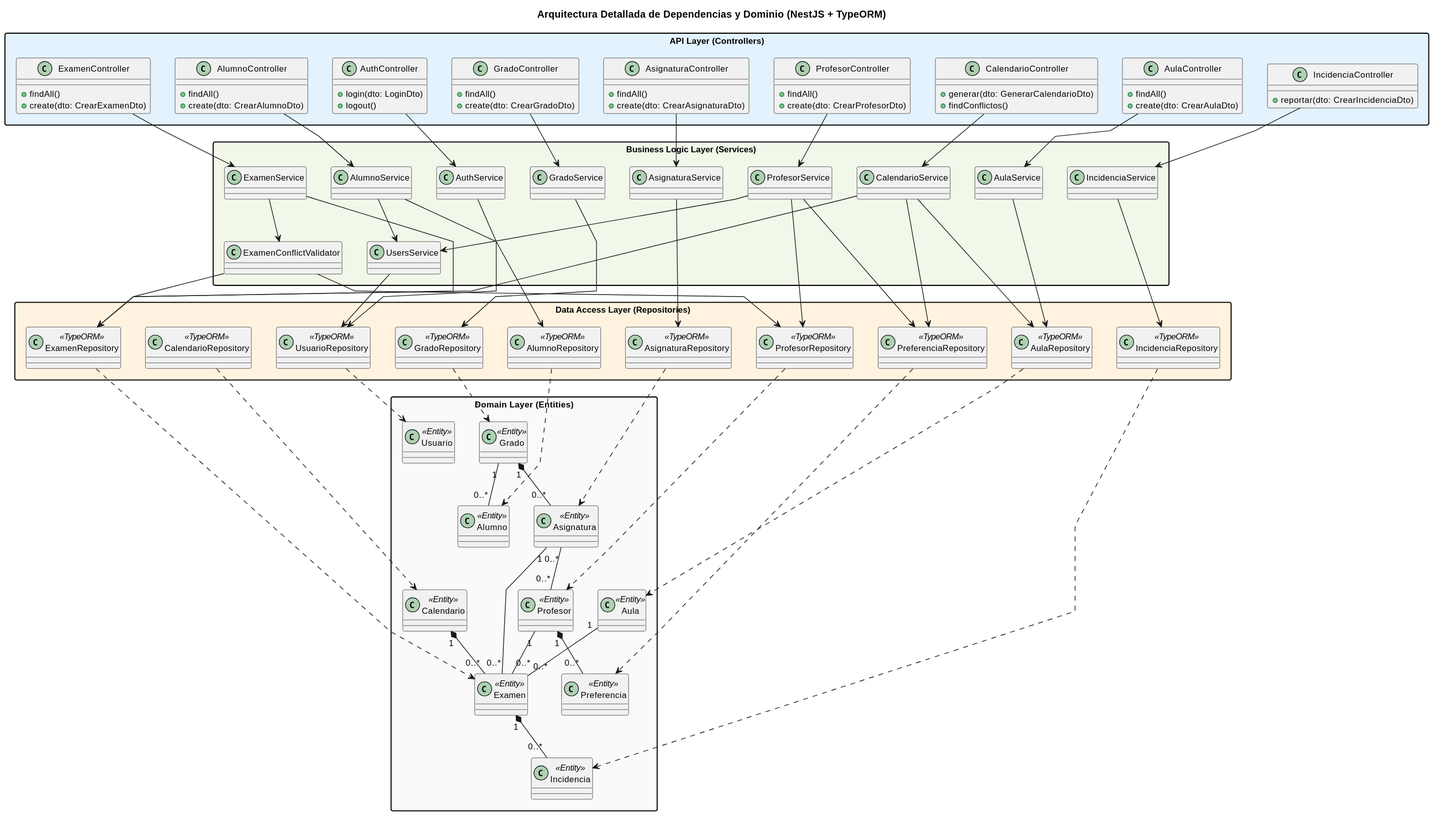
Above: images/02-diseño/clases-diseño.svg in carlos-alvarado-25/25-26-idsw2-sdVC (PlantUML), before the change.
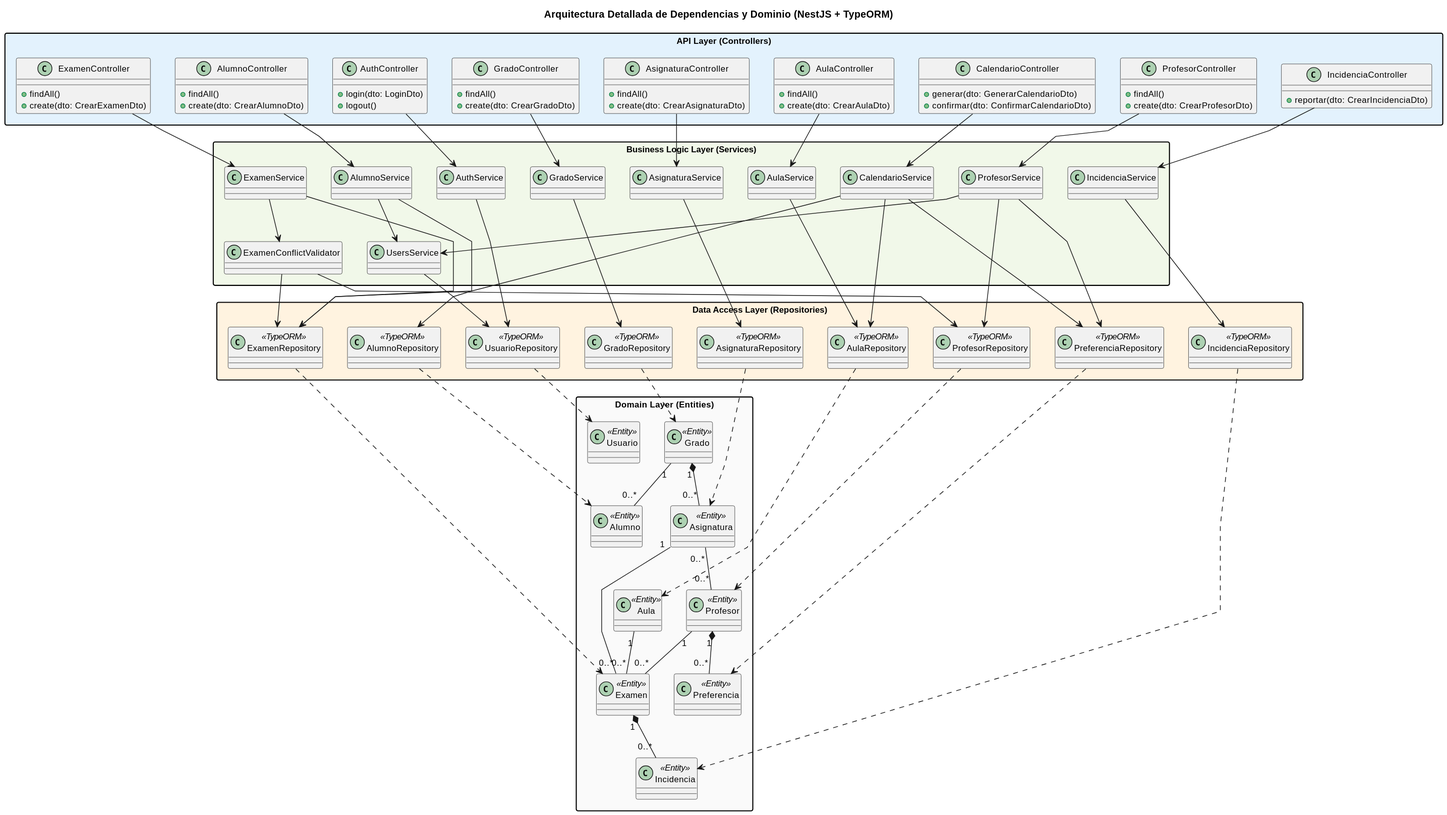
After the commit.

What changed in the source:
```diff
@@ -39,8 +39,9 @@
     }
     class CalendarioController {
         + generar(dto: GenerarCalendarioDto)
-        + findConflictos()
+        + confirmar(dto: ConfirmarCalendarioDto)
     }
+
     class IncidenciaController {
         + reportar(dto: CrearIncidenciaDto)
     }
@@ -68,8 +69,8 @@
     class AulaRepository <<TypeORM>>
     class AlumnoRepository <<TypeORM>>
     class ExamenRepository <<TypeORM>>
-    class CalendarioRepository <<TypeORM>>
     class IncidenciaRepository <<TypeORM>>
+
     class PreferenciaRepository <<TypeORM>>
 }
 
@@ -82,8 +83,8 @@
     class Aula <<Entity>>
     class Alumno <<Entity>>
     class Examen <<Entity>>
-    class Calendario <<Entity>>
     class Incidencia <<Entity>>
+
 }
 
 
@@ -131,7 +132,6 @@
 AulaRepository ..> Aula
 AlumnoRepository ..> Alumno
 ExamenRepository ..> Examen
-CalendarioRepository ..> Calendario
 IncidenciaRepository ..> Incidencia
 PreferenciaRepository ..> Preferencia
 
@@ -143,6 +143,5 @@
 Aula "1" -- "0..*" Examen
 Profesor "1" -- "0..*" Examen
 Grado "1" -- "0..*" Alumno
-Calendario "1" *-- "0..*" Examen
 Examen "1" *-- "0..*" Incidencia
 @enduml
```
